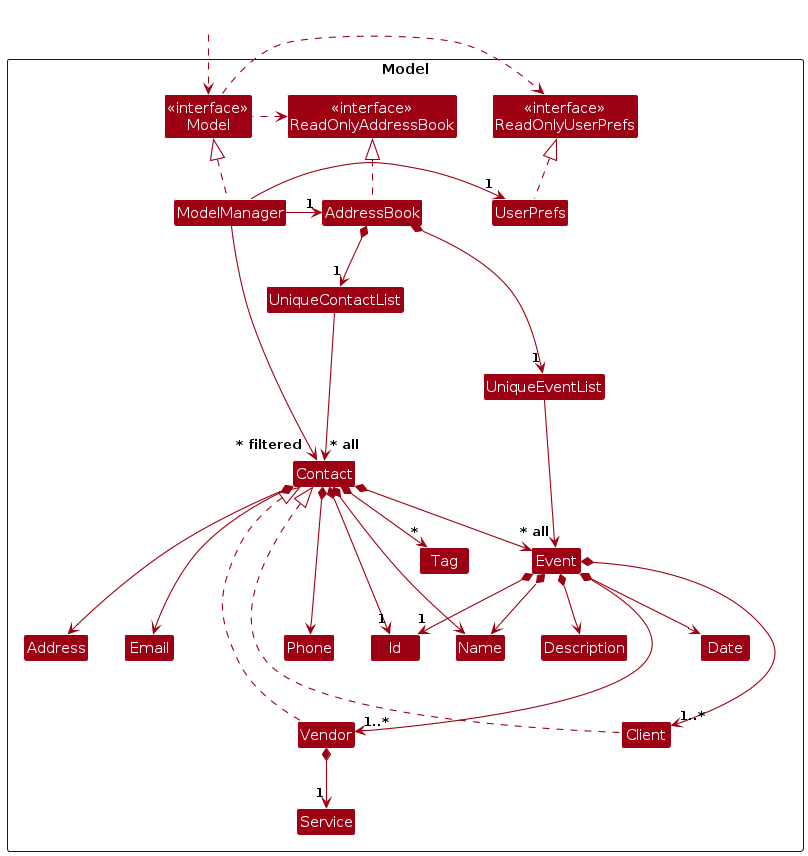
The PlantUML diagram diagrams/ModelClassDiagram.png in AY2425S1-CS2103T-F13-3/tp, before a commit. Its source is kept beside it as diagrams/ModelClassDiagram.puml.
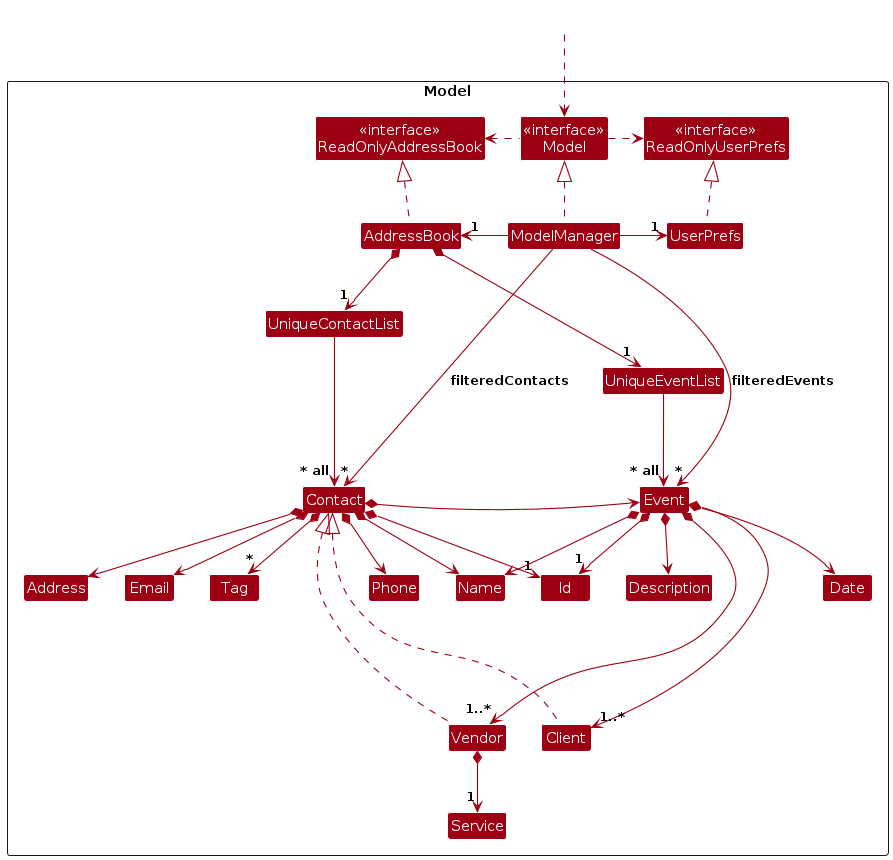
The same file after the commit.

What changed in the source:
```diff
@@ -71,11 +71,14 @@
 Event *--> "1..*" Vendor
 
 Contact -[hidden]up--> I
+Contact -[hidden]left--> Event
 UniqueContactList -[hidden]right-> I
+Client -[hidden]left--> Vendor
 
 Name -[hidden]right-> Phone
 Phone -[hidden]right-> Address
 Address -[hidden]right-> Email
 
-ModelManager --> "~* filtered" Contact
+ModelManager --> "~*" Contact : filteredContacts
+ModelManager --> "~*" Event : filteredEvents
 @enduml
```
